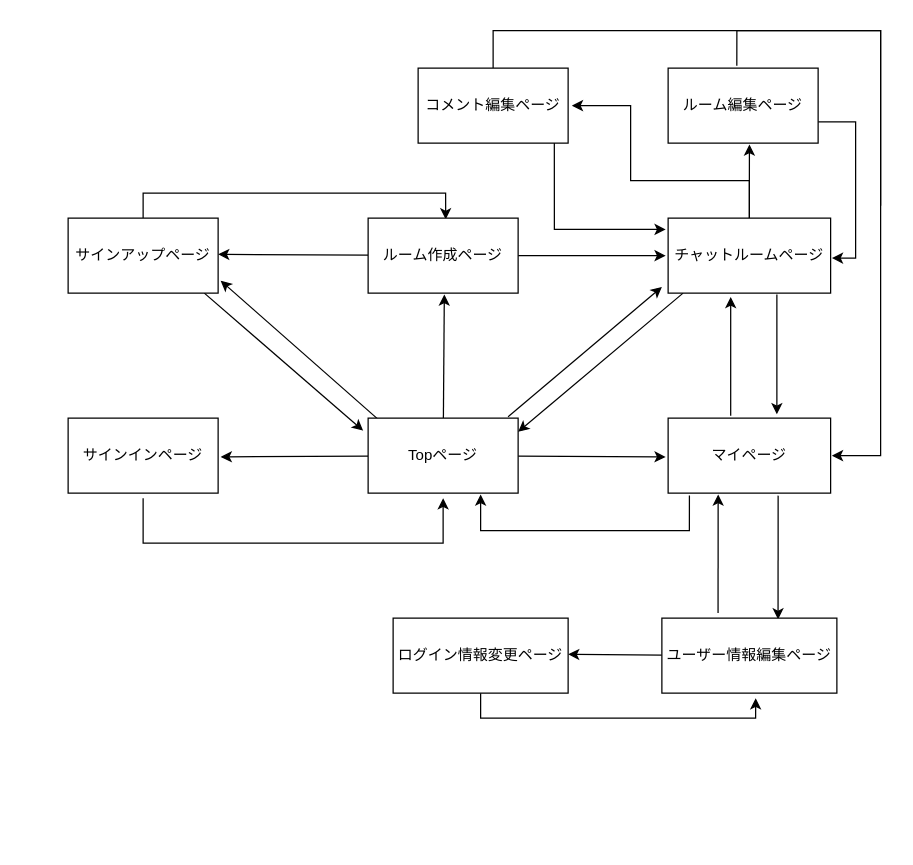
Above: bin/画面遷移図.dio in massan7251/breakpoint_app (draw.io), before the change. Source tidied: cells renumbered, new cells numbered last; positions are measured from the earlier drawing's top-left corner, leaving out a move shared by most shapes. Both pictures are drawn from the tidied source at 125%, with x=0, y=0 at pixel (68, 30).
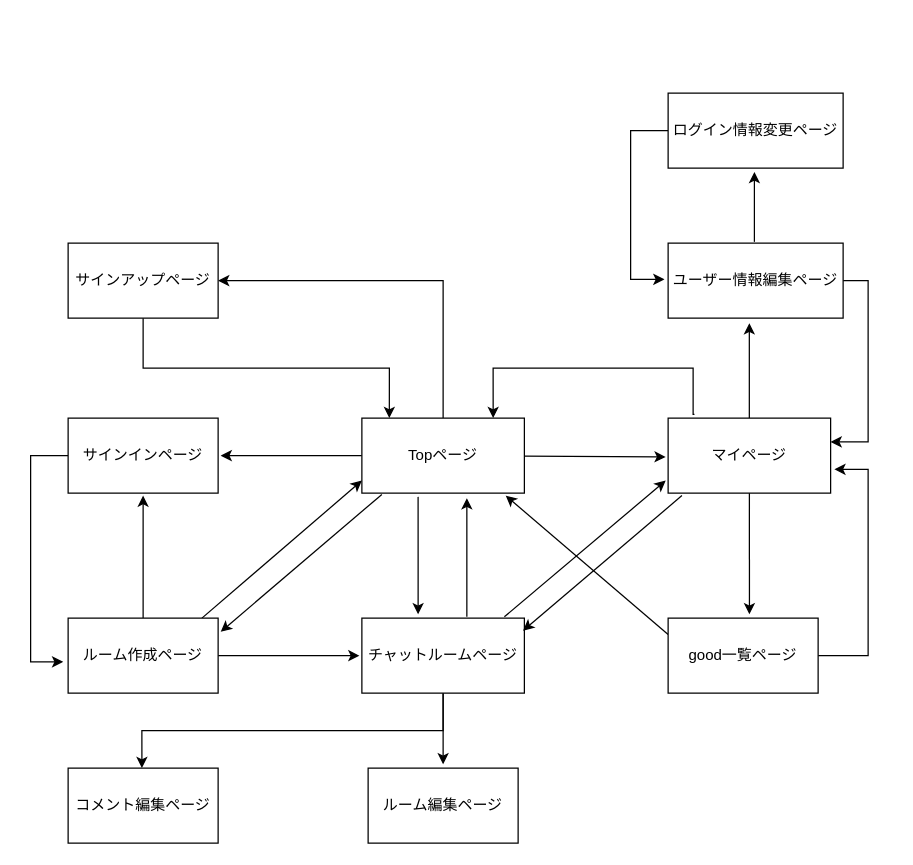
The same page after the edit.

The change refers to these unchanged cells:
```xml
<mxCell id="30" value="マイページ" style="whiteSpace=wrap;html=1;align=center;newEdgeStyle={&quot;edgeStyle&quot;:&quot;elbowEdgeStyle&quot;,&quot;startArrow&quot;:&quot;none&quot;,&quot;endArrow&quot;:&quot;none&quot;};" parent="1" vertex="1">
  <mxGeometry x="480" y="310" width="130" height="60" as="geometry" />
</mxCell>
```

Diff of the diagram source:
```diff
@@
+    <mxCell id="3" style="edgeStyle=none;rounded=0;jettySize=auto;html=1;entryX=1.017;entryY=0.183;entryDx=0;entryDy=0;entryPerimeter=0;exitX=0.123;exitY=1.017;exitDx=0;exitDy=0;exitPerimeter=0;" parent="1" edge="1" source="7" target="15">
+      <mxGeometry relative="1" as="geometry" />
+    </mxCell>
+    <mxCell id="6" style="edgeStyle=none;rounded=0;jettySize=auto;html=1;entryX=-0.015;entryY=0.517;entryDx=0;entryDy=0;entryPerimeter=0;" parent="1" edge="1" source="7" target="30">
+      <mxGeometry relative="1" as="geometry" />
+    </mxCell>
+    <mxCell id="36" style="edgeStyle=orthogonalEdgeStyle;rounded=0;jettySize=auto;html=1;entryX=1.017;entryY=0.5;entryDx=0;entryDy=0;entryPerimeter=0;endArrow=classic;endFill=1;" parent="1" edge="1" source="7" target="10">
+      <mxGeometry relative="1" as="geometry" />
+    </mxCell>
+    <mxCell id="37" style="edgeStyle=orthogonalEdgeStyle;rounded=0;jettySize=auto;html=1;endArrow=classic;endFill=1;exitX=0.346;exitY=1.05;exitDx=0;exitDy=0;exitPerimeter=0;" parent="1" edge="1" source="7">
+      <mxGeometry relative="1" as="geometry">
+        <mxPoint x="280" y="467" as="targetPoint" />
+      </mxGeometry>
+    </mxCell>
-    <mxCell id="2" style="rounded=0;jettySize=auto;html=1;entryX=1.017;entryY=0.517;entryDx=0;entryDy=0;entryPerimeter=0;" parent="1" edge="1" source="7" target="12">
-      <mxGeometry relative="1" as="geometry" />
+    <mxCell id="2" style="edgeStyle=orthogonalEdgeStyle;rounded=0;jettySize=auto;html=1;entryX=1;entryY=0.5;entryDx=0;entryDy=0;entryPerimeter=0;endArrow=classic;endFill=1;" parent="1" edge="1" source="7" target="12">
+      <mxGeometry relative="1" as="geometry">
+        <Array as="points">
+          <mxPoint x="300" y="200" />
+        </Array>
+      </mxGeometry>
     </mxCell>
-    <mxCell id="3" style="edgeStyle=none;rounded=0;jettySize=auto;html=1;entryX=0.508;entryY=1.017;entryDx=0;entryDy=0;entryPerimeter=0;" parent="1" edge="1" source="7" target="15">
-      <mxGeometry relative="1" as="geometry" />
-    </mxCell>
-    <mxCell id="4" style="edgeStyle=none;rounded=0;jettySize=auto;html=1;exitX=0.067;exitY=0.017;exitDx=0;exitDy=0;exitPerimeter=0;" parent="1" edge="1" source="7">
-      <mxGeometry relative="1" as="geometry">
-        <mxPoint x="122" y="200" as="targetPoint" />
-      </mxGeometry>
-    </mxCell>
-    <mxCell id="5" style="edgeStyle=none;rounded=0;jettySize=auto;html=1;entryX=-0.038;entryY=0.917;entryDx=0;entryDy=0;entryPerimeter=0;exitX=0.933;exitY=-0.017;exitDx=0;exitDy=0;exitPerimeter=0;" parent="1" edge="1" source="7" target="20">
-      <mxGeometry relative="1" as="geometry" />
-    </mxCell>
-    <mxCell id="6" style="edgeStyle=none;rounded=0;jettySize=auto;html=1;entryX=-0.015;entryY=0.517;entryDx=0;entryDy=0;entryPerimeter=0;" parent="1" edge="1" source="7" target="30">
-      <mxGeometry relative="1" as="geometry" />
-    </mxCell>
     <mxCell id="7" value="Topページ" style="whiteSpace=wrap;html=1;align=center;newEdgeStyle={&quot;edgeStyle&quot;:&quot;elbowEdgeStyle&quot;,&quot;startArrow&quot;:&quot;none&quot;,&quot;endArrow&quot;:&quot;none&quot;};" parent="1" vertex="1">
-      <mxGeometry x="240" y="310" width="120" height="60" as="geometry" />
+      <mxGeometry x="235" y="310" width="130" height="60" as="geometry" />
     </mxCell>
-    <mxCell id="8" style="edgeStyle=orthogonalEdgeStyle;rounded=0;jettySize=auto;html=1;entryX=0.517;entryY=0.017;entryDx=0;entryDy=0;entryPerimeter=0;" parent="1" edge="1" source="10" target="15">
+    <mxCell id="8" style="edgeStyle=orthogonalEdgeStyle;rounded=0;jettySize=auto;html=1;entryX=-0.033;entryY=0.583;entryDx=0;entryDy=0;entryPerimeter=0;endArrow=classic;endFill=1;" parent="1" edge="1" source="10" target="15">
       <mxGeometry relative="1" as="geometry">
         <Array as="points">
-          <mxPoint x="60" y="130" />
-          <mxPoint x="302" y="130" />
+          <mxPoint x="-30" y="340" />
+          <mxPoint x="-30" y="505" />
         </Array>
       </mxGeometry>
     </mxCell>
-    <mxCell id="9" style="rounded=0;jettySize=auto;html=1;entryX=-0.033;entryY=0.167;entryDx=0;entryDy=0;entryPerimeter=0;exitX=0.908;exitY=1;exitDx=0;exitDy=0;exitPerimeter=0;" parent="1" edge="1" source="10" target="7">
-      <mxGeometry relative="1" as="geometry" />
-    </mxCell>
-    <mxCell id="10" value="サインアップページ" style="whiteSpace=wrap;html=1;align=center;newEdgeStyle={&quot;edgeStyle&quot;:&quot;elbowEdgeStyle&quot;,&quot;startArrow&quot;:&quot;none&quot;,&quot;endArrow&quot;:&quot;none&quot;};" parent="1" vertex="1">
-      <mxGeometry y="150" width="120" height="60" as="geometry" />
+    <mxCell id="10" value="サインインページ" style="whiteSpace=wrap;html=1;align=center;newEdgeStyle={&quot;edgeStyle&quot;:&quot;elbowEdgeStyle&quot;,&quot;startArrow&quot;:&quot;none&quot;,&quot;endArrow&quot;:&quot;none&quot;};" parent="1" vertex="1">
+      <mxGeometry y="310" width="120" height="60" as="geometry" />
     </mxCell>
-    <mxCell id="11" style="edgeStyle=orthogonalEdgeStyle;rounded=0;orthogonalLoop=1;jettySize=auto;html=1;" parent="1" edge="1">
-      <mxGeometry relative="1" as="geometry">
-        <mxPoint x="60" y="374" as="sourcePoint" />
-        <mxPoint x="300" y="374" as="targetPoint" />
-        <Array as="points">
-          <mxPoint x="60" y="410" />
-          <mxPoint x="300" y="410" />
-        </Array>
-      </mxGeometry>
-    </mxCell>
+    <mxCell id="38" style="edgeStyle=orthogonalEdgeStyle;rounded=0;jettySize=auto;html=1;entryX=0.169;entryY=0;entryDx=0;entryDy=0;entryPerimeter=0;endArrow=classic;endFill=1;" parent="1" edge="1" source="12" target="7">
+      <mxGeometry relative="1" as="geometry">
+        <Array as="points">
+          <mxPoint x="60" y="270" />
+          <mxPoint x="257" y="270" />
+        </Array>
+      </mxGeometry>
+    </mxCell>
-    <mxCell id="12" value="サインインページ" style="whiteSpace=wrap;html=1;align=center;newEdgeStyle={&quot;edgeStyle&quot;:&quot;elbowEdgeStyle&quot;,&quot;startArrow&quot;:&quot;none&quot;,&quot;endArrow&quot;:&quot;none&quot;};" parent="1" vertex="1">
-      <mxGeometry y="310" width="120" height="60" as="geometry" />
+    <mxCell id="12" value="サインアップページ" style="whiteSpace=wrap;html=1;align=center;newEdgeStyle={&quot;edgeStyle&quot;:&quot;elbowEdgeStyle&quot;,&quot;startArrow&quot;:&quot;none&quot;,&quot;endArrow&quot;:&quot;none&quot;};" parent="1" vertex="1">
+      <mxGeometry y="170" width="120" height="60" as="geometry" />
     </mxCell>
+    <mxCell id="14" style="edgeStyle=orthogonalEdgeStyle;rounded=0;jettySize=auto;html=1;entryX=-0.015;entryY=0.5;entryDx=0;entryDy=0;entryPerimeter=0;" parent="1" edge="1" source="15" target="20">
+      <mxGeometry relative="1" as="geometry" />
+    </mxCell>
-    <mxCell id="13" style="edgeStyle=none;rounded=0;jettySize=auto;html=1;entryX=1;entryY=0.483;entryDx=0;entryDy=0;entryPerimeter=0;" parent="1" edge="1" source="15" target="10">
+    <mxCell id="13" style="edgeStyle=orthogonalEdgeStyle;rounded=0;jettySize=auto;html=1;entryX=0.5;entryY=1.033;entryDx=0;entryDy=0;entryPerimeter=0;endArrow=classic;endFill=1;" parent="1" edge="1" source="15" target="10">
       <mxGeometry relative="1" as="geometry" />
     </mxCell>
-    <mxCell id="14" style="edgeStyle=orthogonalEdgeStyle;rounded=0;jettySize=auto;html=1;entryX=-0.015;entryY=0.5;entryDx=0;entryDy=0;entryPerimeter=0;" parent="1" edge="1" source="15" target="20">
-      <mxGeometry relative="1" as="geometry" />
-    </mxCell>
+    <mxCell id="39" style="rounded=0;jettySize=auto;html=1;entryX=0;entryY=0.833;entryDx=0;entryDy=0;entryPerimeter=0;endArrow=classic;endFill=1;exitX=0.892;exitY=0;exitDx=0;exitDy=0;exitPerimeter=0;" parent="1" edge="1" source="15" target="7">
+      <mxGeometry relative="1" as="geometry" />
+    </mxCell>
     <mxCell id="15" value="ルーム作成ページ" style="whiteSpace=wrap;html=1;align=center;newEdgeStyle={&quot;edgeStyle&quot;:&quot;elbowEdgeStyle&quot;,&quot;startArrow&quot;:&quot;none&quot;,&quot;endArrow&quot;:&quot;none&quot;};" parent="1" vertex="1">
-      <mxGeometry x="240" y="150" width="120" height="60" as="geometry" />
+      <mxGeometry y="470" width="120" height="60" as="geometry" />
     </mxCell>
+    <mxCell id="40" style="edgeStyle=orthogonalEdgeStyle;rounded=0;jettySize=auto;html=1;entryX=0.492;entryY=0;entryDx=0;entryDy=0;entryPerimeter=0;endArrow=classic;endFill=1;" parent="1" edge="1" source="20" target="26">
+      <mxGeometry relative="1" as="geometry">
+        <Array as="points">
+          <mxPoint x="300" y="560" />
+          <mxPoint x="59" y="560" />
+        </Array>
+      </mxGeometry>
+    </mxCell>
-    <mxCell id="16" style="edgeStyle=none;rounded=0;jettySize=auto;html=1;entryX=0.542;entryY=1.017;entryDx=0;entryDy=0;entryPerimeter=0;" parent="1" edge="1" source="20" target="23">
-      <mxGeometry relative="1" as="geometry">
-        <Array as="points">
-          <mxPoint x="545" y="120" />
-        </Array>
-      </mxGeometry>
+    <mxCell id="16" style="edgeStyle=orthogonalEdgeStyle;rounded=0;jettySize=auto;html=1;entryX=0.5;entryY=-0.05;entryDx=0;entryDy=0;entryPerimeter=0;endArrow=classic;endFill=1;" parent="1" edge="1" source="20" target="23">
+      <mxGeometry relative="1" as="geometry" />
     </mxCell>
-    <mxCell id="17" style="edgeStyle=none;rounded=0;jettySize=auto;html=1;entryX=1;entryY=0.183;entryDx=0;entryDy=0;entryPerimeter=0;exitX=0.092;exitY=1;exitDx=0;exitDy=0;exitPerimeter=0;" parent="1" edge="1" source="20" target="7">
+    <mxCell id="17" style="edgeStyle=orthogonalEdgeStyle;rounded=0;jettySize=auto;html=1;entryX=0.646;entryY=1.067;entryDx=0;entryDy=0;entryPerimeter=0;endArrow=classic;endFill=1;exitX=0.646;exitY=-0.017;exitDx=0;exitDy=0;exitPerimeter=0;" parent="1" edge="1" source="20" target="7">
       <mxGeometry relative="1" as="geometry" />
     </mxCell>
-    <mxCell id="18" style="edgeStyle=orthogonalEdgeStyle;rounded=0;jettySize=auto;html=1;endArrow=classic;endFill=1;" parent="1" edge="1" source="20">
-      <mxGeometry relative="1" as="geometry">
-        <mxPoint x="403" y="60" as="targetPoint" />
-        <Array as="points">
-          <mxPoint x="545" y="120" />
-          <mxPoint x="450" y="120" />
-          <mxPoint x="450" y="60" />
-        </Array>
-      </mxGeometry>
-    </mxCell>
-    <mxCell id="19" style="edgeStyle=none;rounded=0;orthogonalLoop=1;jettySize=auto;html=1;endArrow=classic;endFill=1;" parent="1" edge="1">
-      <mxGeometry relative="1" as="geometry">
-        <mxPoint x="567" y="211" as="sourcePoint" />
-        <mxPoint x="567" y="307" as="targetPoint" />
-      </mxGeometry>
-    </mxCell>
+    <mxCell id="41" style="edgeStyle=none;rounded=0;jettySize=auto;html=1;entryX=-0.015;entryY=0.833;entryDx=0;entryDy=0;entryPerimeter=0;endArrow=classic;endFill=1;exitX=0.877;exitY=-0.017;exitDx=0;exitDy=0;exitPerimeter=0;" parent="1" edge="1" source="20" target="30">
+      <mxGeometry relative="1" as="geometry" />
+    </mxCell>
     <mxCell id="20" value="チャットルームページ" style="whiteSpace=wrap;html=1;align=center;newEdgeStyle={&quot;edgeStyle&quot;:&quot;elbowEdgeStyle&quot;,&quot;startArrow&quot;:&quot;none&quot;,&quot;endArrow&quot;:&quot;none&quot;};" parent="1" vertex="1">
-      <mxGeometry x="480" y="150" width="130" height="60" as="geometry" />
+      <mxGeometry x="235" y="470" width="130" height="60" as="geometry" />
     </mxCell>
-    <mxCell id="21" style="edgeStyle=orthogonalEdgeStyle;rounded=0;jettySize=auto;html=1;entryX=1.008;entryY=0.533;entryDx=0;entryDy=0;entryPerimeter=0;exitX=1;exitY=0.717;exitDx=0;exitDy=0;exitPerimeter=0;" parent="1" edge="1" source="23" target="20">
-      <mxGeometry relative="1" as="geometry">
-        <Array as="points">
-          <mxPoint x="630" y="73" />
-          <mxPoint x="630" y="182" />
-        </Array>
-      </mxGeometry>
-    </mxCell>
-    <mxCell id="22" style="edgeStyle=orthogonalEdgeStyle;rounded=0;jettySize=auto;html=1;entryX=1.008;entryY=0.5;entryDx=0;entryDy=0;entryPerimeter=0;endArrow=classic;endFill=1;exitX=0.458;exitY=-0.033;exitDx=0;exitDy=0;exitPerimeter=0;" parent="1" edge="1" source="23" target="30">
-      <mxGeometry relative="1" as="geometry">
-        <Array as="points">
-          <mxPoint x="535" />
-          <mxPoint x="650" />
-          <mxPoint x="650" y="340" />
-        </Array>
-      </mxGeometry>
-    </mxCell>
     <mxCell id="23" value="ルーム編集ページ" style="whiteSpace=wrap;html=1;align=center;newEdgeStyle={&quot;edgeStyle&quot;:&quot;elbowEdgeStyle&quot;,&quot;startArrow&quot;:&quot;none&quot;,&quot;endArrow&quot;:&quot;none&quot;};" parent="1" vertex="1">
-      <mxGeometry x="480" y="30" width="120" height="60" as="geometry" />
+      <mxGeometry x="240" y="590" width="120" height="60" as="geometry" />
     </mxCell>
-    <mxCell id="24" style="edgeStyle=orthogonalEdgeStyle;rounded=0;jettySize=auto;html=1;entryX=-0.015;entryY=0.15;entryDx=0;entryDy=0;entryPerimeter=0;exitX=0.908;exitY=0.983;exitDx=0;exitDy=0;exitPerimeter=0;" parent="1" edge="1" source="26" target="20">
-      <mxGeometry relative="1" as="geometry">
-        <Array as="points">
-          <mxPoint x="389" y="159" />
-        </Array>
-      </mxGeometry>
-    </mxCell>
-    <mxCell id="25" style="edgeStyle=orthogonalEdgeStyle;rounded=0;jettySize=auto;html=1;endArrow=none;endFill=0;" parent="1" edge="1" source="26">
-      <mxGeometry relative="1" as="geometry">
-        <mxPoint x="650" y="140" as="targetPoint" />
-        <Array as="points">
-          <mxPoint x="340" />
-          <mxPoint x="650" />
-        </Array>
-      </mxGeometry>
-    </mxCell>
     <mxCell id="26" value="コメント編集ページ" style="whiteSpace=wrap;html=1;align=center;newEdgeStyle={&quot;edgeStyle&quot;:&quot;elbowEdgeStyle&quot;,&quot;startArrow&quot;:&quot;none&quot;,&quot;endArrow&quot;:&quot;none&quot;};" parent="1" vertex="1">
-      <mxGeometry x="280" y="30" width="120" height="60" as="geometry" />
+      <mxGeometry y="590" width="120" height="60" as="geometry" />
     </mxCell>
+    <mxCell id="42" style="edgeStyle=orthogonalEdgeStyle;rounded=0;jettySize=auto;html=1;entryX=0.464;entryY=1.067;entryDx=0;entryDy=0;entryPerimeter=0;endArrow=classic;endFill=1;" parent="1" edge="1" source="30" target="33">
+      <mxGeometry relative="1" as="geometry" />
+    </mxCell>
-    <mxCell id="27" style="rounded=0;jettySize=auto;html=1;endArrow=classic;endFill=1;exitX=0.385;exitY=-0.033;exitDx=0;exitDy=0;exitPerimeter=0;entryX=0.385;entryY=1.05;entryDx=0;entryDy=0;entryPerimeter=0;" parent="1" edge="1" source="30" target="20">
+    <mxCell id="27" style="edgeStyle=none;rounded=0;jettySize=auto;html=1;entryX=0.992;entryY=0.167;entryDx=0;entryDy=0;entryPerimeter=0;endArrow=classic;endFill=1;exitX=0.085;exitY=1.033;exitDx=0;exitDy=0;exitPerimeter=0;" parent="1" edge="1" source="30" target="20">
       <mxGeometry relative="1" as="geometry" />
     </mxCell>
-    <mxCell id="28" style="rounded=0;jettySize=auto;html=1;entryX=0.664;entryY=0.017;entryDx=0;entryDy=0;entryPerimeter=0;endArrow=classic;endFill=1;" parent="1" edge="1" target="33">
-      <mxGeometry relative="1" as="geometry">
-        <mxPoint x="568" y="372" as="sourcePoint" />
-      </mxGeometry>
-    </mxCell>
+    <mxCell id="43" style="edgeStyle=none;rounded=0;jettySize=auto;html=1;entryX=0.542;entryY=-0.05;entryDx=0;entryDy=0;entryPerimeter=0;endArrow=classic;endFill=1;" parent="1" edge="1" source="30" target="46">
+      <mxGeometry relative="1" as="geometry" />
+    </mxCell>
-    <mxCell id="29" style="edgeStyle=orthogonalEdgeStyle;rounded=0;jettySize=auto;html=1;entryX=0.75;entryY=1.017;entryDx=0;entryDy=0;entryPerimeter=0;endArrow=classic;endFill=1;exitX=0.131;exitY=1.033;exitDx=0;exitDy=0;exitPerimeter=0;" parent="1" edge="1" source="30" target="7">
+    <mxCell id="29" style="edgeStyle=orthogonalEdgeStyle;rounded=0;jettySize=auto;html=1;entryX=0.808;entryY=0;entryDx=0;entryDy=0;entryPerimeter=0;endArrow=classic;endFill=1;exitX=0.162;exitY=-0.05;exitDx=0;exitDy=0;exitPerimeter=0;" parent="1" edge="1" source="30" target="7">
       <mxGeometry relative="1" as="geometry">
         <Array as="points">
-          <mxPoint x="497" y="400" />
-          <mxPoint x="330" y="400" />
+          <mxPoint x="500" y="307" />
+          <mxPoint x="500" y="270" />
+          <mxPoint x="340" y="270" />
         </Array>
       </mxGeometry>
     </mxCell>
@@
+    <mxCell id="32" style="edgeStyle=orthogonalEdgeStyle;rounded=0;jettySize=auto;html=1;entryX=0.493;entryY=1.05;entryDx=0;entryDy=0;entryPerimeter=0;endArrow=classic;endFill=1;exitX=0.493;exitY=-0.017;exitDx=0;exitDy=0;exitPerimeter=0;" parent="1" edge="1" source="33" target="35">
+      <mxGeometry relative="1" as="geometry" />
+    </mxCell>
-    <mxCell id="31" style="edgeStyle=none;rounded=0;jettySize=auto;html=1;endArrow=classic;endFill=1;exitX=0.321;exitY=-0.067;exitDx=0;exitDy=0;exitPerimeter=0;entryX=0.308;entryY=1.017;entryDx=0;entryDy=0;entryPerimeter=0;" parent="1" edge="1" source="33" target="30">
-      <mxGeometry relative="1" as="geometry" />
+    <mxCell id="31" style="edgeStyle=orthogonalEdgeStyle;rounded=0;jettySize=auto;html=1;entryX=1;entryY=0.317;entryDx=0;entryDy=0;entryPerimeter=0;endArrow=classic;endFill=1;" parent="1" edge="1" source="33" target="30">
+      <mxGeometry relative="1" as="geometry">
+        <Array as="points">
+          <mxPoint x="640" y="200" />
+          <mxPoint x="640" y="329" />
+        </Array>
+      </mxGeometry>
     </mxCell>
-    <mxCell id="32" style="edgeStyle=none;rounded=0;jettySize=auto;html=1;entryX=1;entryY=0.483;entryDx=0;entryDy=0;entryPerimeter=0;endArrow=classic;endFill=1;" parent="1" edge="1" source="33" target="35">
-      <mxGeometry relative="1" as="geometry" />
-    </mxCell>
     <mxCell id="33" value="ユーザー情報編集ページ" style="whiteSpace=wrap;html=1;align=center;newEdgeStyle={&quot;edgeStyle&quot;:&quot;elbowEdgeStyle&quot;,&quot;startArrow&quot;:&quot;none&quot;,&quot;endArrow&quot;:&quot;none&quot;};" parent="1" vertex="1">
-      <mxGeometry x="475" y="470" width="140" height="60" as="geometry" />
+      <mxGeometry x="480" y="170" width="140" height="60" as="geometry" />
     </mxCell>
-    <mxCell id="34" style="edgeStyle=orthogonalEdgeStyle;rounded=0;jettySize=auto;html=1;entryX=0.536;entryY=1.067;entryDx=0;entryDy=0;entryPerimeter=0;endArrow=classic;endFill=1;" parent="1" edge="1" source="35" target="33">
+    <mxCell id="34" style="edgeStyle=orthogonalEdgeStyle;rounded=0;jettySize=auto;html=1;entryX=-0.021;entryY=0.483;entryDx=0;entryDy=0;entryPerimeter=0;endArrow=classic;endFill=1;" parent="1" edge="1" source="35" target="33">
       <mxGeometry relative="1" as="geometry">
         <Array as="points">
-          <mxPoint x="330" y="550" />
-          <mxPoint x="550" y="550" />
+          <mxPoint x="450" y="80" />
+          <mxPoint x="450" y="199" />
         </Array>
       </mxGeometry>
     </mxCell>
     <mxCell id="35" value="ログイン情報変更ページ" style="whiteSpace=wrap;html=1;align=center;newEdgeStyle={&quot;edgeStyle&quot;:&quot;elbowEdgeStyle&quot;,&quot;startArrow&quot;:&quot;none&quot;,&quot;endArrow&quot;:&quot;none&quot;};" parent="1" vertex="1">
-      <mxGeometry x="260" y="470" width="140" height="60" as="geometry" />
+      <mxGeometry x="480" y="50" width="140" height="60" as="geometry" />
     </mxCell>
+    <mxCell id="44" style="edgeStyle=orthogonalEdgeStyle;rounded=0;jettySize=auto;html=1;entryX=1.023;entryY=0.683;entryDx=0;entryDy=0;entryPerimeter=0;endArrow=classic;endFill=1;" parent="1" edge="1" source="46" target="30">
+      <mxGeometry relative="1" as="geometry">
+        <Array as="points">
+          <mxPoint x="640" y="500" />
+          <mxPoint x="640" y="351" />
+        </Array>
+      </mxGeometry>
+    </mxCell>
+    <mxCell id="45" style="edgeStyle=none;rounded=0;jettySize=auto;html=1;entryX=0.885;entryY=1.033;entryDx=0;entryDy=0;entryPerimeter=0;endArrow=classic;endFill=1;exitX=0;exitY=0.217;exitDx=0;exitDy=0;exitPerimeter=0;" parent="1" edge="1" source="46" target="7">
+      <mxGeometry relative="1" as="geometry" />
+    </mxCell>
+    <mxCell id="46" value="good一覧ページ" style="whiteSpace=wrap;html=1;align=center;newEdgeStyle={&quot;edgeStyle&quot;:&quot;elbowEdgeStyle&quot;,&quot;startArrow&quot;:&quot;none&quot;,&quot;endArrow&quot;:&quot;none&quot;};" parent="1" vertex="1">
+      <mxGeometry x="480" y="470" width="120" height="60" as="geometry" />
+    </mxCell>
```
